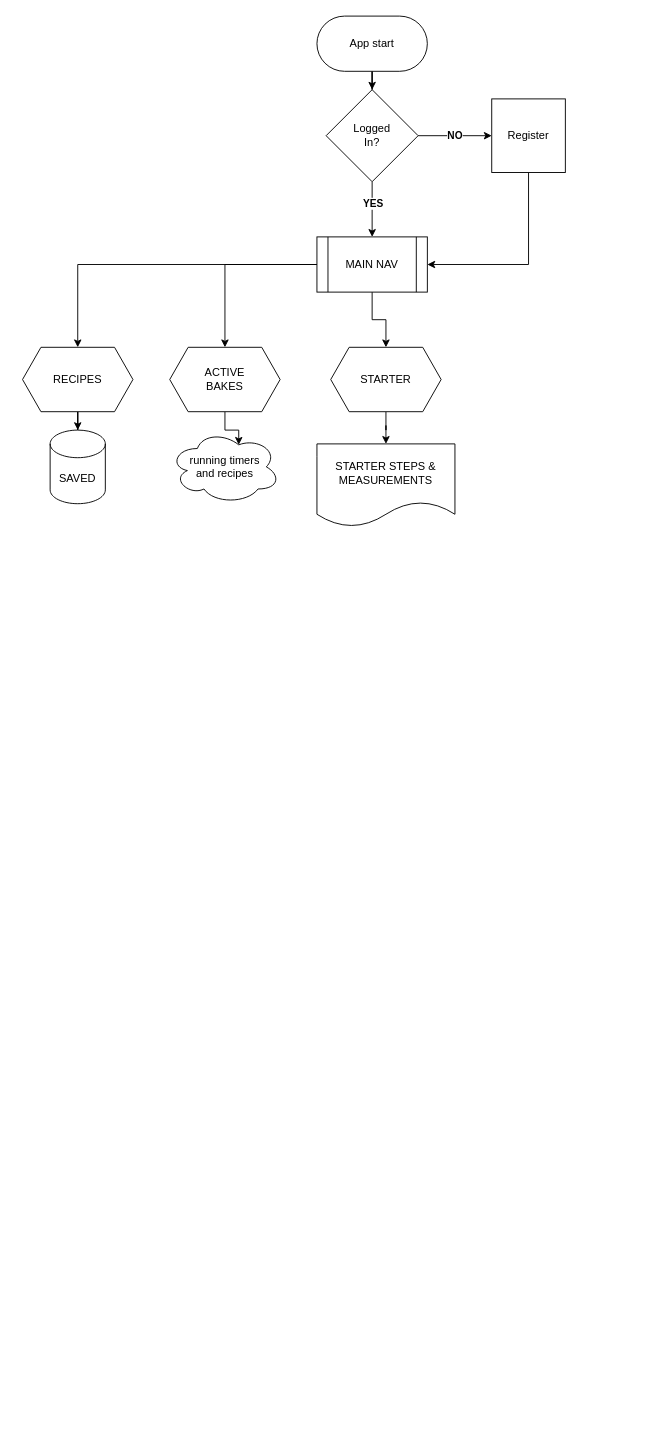
Earlier version of the draw.io diagram HalfBaked.drawio (KioaStudios/plugins). Source tidied: cells renumbered, new cells numbered last; positions are measured from the earlier drawing's top-left corner, leaving out a move shared by most shapes. Both pictures are drawn from the tidied source at 92%, with x=0, y=0 at pixel (22, 16).
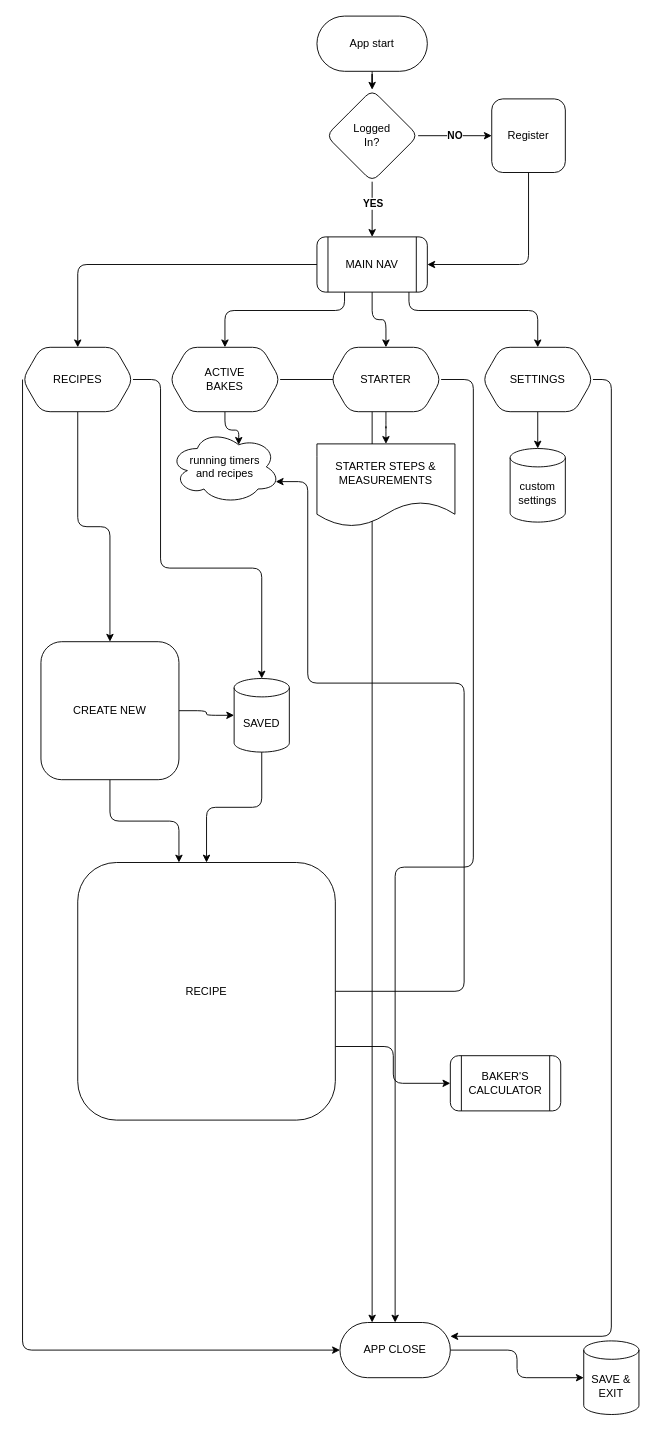
The same page after the edit.

The change refers to these unchanged cells:
```xml
<mxCell id="3" value="App start" style="rounded=1;whiteSpace=wrap;html=1;arcSize=50;" parent="1" vertex="1">
  <mxGeometry x="320" width="120" height="60" as="geometry" />
</mxCell>
```

What changed in the source:
```diff
@@
-    <mxCell id="2" style="edgeStyle=orthogonalEdgeStyle;rounded=0;jettySize=auto;html=1;exitX=0.5;exitY=1;exitDx=0;exitDy=0;" parent="1" edge="1" source="3" target="7">
+    <mxCell id="2" style="edgeStyle=orthogonalEdgeStyle;rounded=1;jettySize=auto;html=1;exitX=0.5;exitY=1;exitDx=0;exitDy=0;" parent="1" edge="1" source="3" target="7">
       <mxGeometry relative="1" as="geometry" />
     </mxCell>
@@
-    <mxCell id="4" value="&lt;b&gt;NO&lt;/b&gt;" style="edgeStyle=orthogonalEdgeStyle;rounded=0;jettySize=auto;html=1;exitX=1;exitY=0.5;exitDx=0;exitDy=0;" parent="1" edge="1" source="7" target="9">
+    <mxCell id="4" value="&lt;b&gt;NO&lt;/b&gt;" style="edgeStyle=orthogonalEdgeStyle;rounded=1;jettySize=auto;html=1;exitX=1;exitY=0.5;exitDx=0;exitDy=0;" parent="1" edge="1" source="7" target="9">
       <mxGeometry relative="1" as="geometry" />
     </mxCell>
-    <mxCell id="5" style="edgeStyle=orthogonalEdgeStyle;rounded=0;jettySize=auto;html=1;" parent="1" edge="1" source="7" target="15">
+    <mxCell id="5" style="edgeStyle=orthogonalEdgeStyle;rounded=1;jettySize=auto;html=1;" parent="1" edge="1" source="7" target="15">
       <mxGeometry relative="1" as="geometry" />
     </mxCell>
-    <mxCell id="6" value="&lt;b&gt;YES&lt;/b&gt;" style="edgeLabel;html=1;align=center;verticalAlign=middle;" parent="5" vertex="1">
+    <mxCell id="6" value="&lt;b&gt;YES&lt;/b&gt;" style="edgeLabel;html=1;align=center;verticalAlign=middle;rounded=1;" parent="5" vertex="1">
       <mxGeometry x="-0.23" relative="1" as="geometry" />
     </mxCell>
-    <mxCell id="7" value="Logged&lt;br&gt;In?" style="rhombus;whiteSpace=wrap;html=1;" parent="1" vertex="1">
+    <mxCell id="7" value="Logged&lt;br&gt;In?" style="rhombus;whiteSpace=wrap;html=1;rounded=1;" parent="1" vertex="1">
       <mxGeometry x="330" y="80" width="100" height="100" as="geometry" />
     </mxCell>
-    <mxCell id="8" style="edgeStyle=orthogonalEdgeStyle;rounded=0;jettySize=auto;html=1;entryX=1;entryY=0.5;entryDx=0;entryDy=0;" parent="1" edge="1" source="9" target="15">
+    <mxCell id="8" style="edgeStyle=orthogonalEdgeStyle;rounded=1;jettySize=auto;html=1;entryX=1;entryY=0.5;entryDx=0;entryDy=0;" parent="1" edge="1" source="9" target="15">
       <mxGeometry relative="1" as="geometry">
         <Array as="points">
           <mxPoint x="550" y="270" />
         </Array>
       </mxGeometry>
     </mxCell>
-    <mxCell id="9" value="Register" style="whiteSpace=wrap;html=1;" parent="1" vertex="1">
+    <mxCell id="9" value="Register" style="whiteSpace=wrap;html=1;rounded=1;" parent="1" vertex="1">
       <mxGeometry x="510" y="90" width="80" height="80" as="geometry" />
     </mxCell>
-    <mxCell id="10" style="edgeStyle=orthogonalEdgeStyle;rounded=0;jettySize=auto;html=1;" parent="1" edge="1" source="11" target="20">
-      <mxGeometry relative="1" as="geometry" />
+    <mxCell id="10" style="edgeStyle=orthogonalEdgeStyle;rounded=1;jettySize=auto;html=1;" parent="1" edge="1" source="11" target="20">
+      <mxGeometry relative="1" as="geometry">
+        <Array as="points">
+          <mxPoint x="150" y="395" />
+          <mxPoint x="150" y="600" />
+          <mxPoint x="260" y="600" />
+        </Array>
+      </mxGeometry>
     </mxCell>
+    <mxCell id="23" style="edgeStyle=orthogonalEdgeStyle;rounded=1;jettySize=auto;html=1;entryX=0.5;entryY=0;entryDx=0;entryDy=0;" parent="1" edge="1" source="11" target="31">
+      <mxGeometry relative="1" as="geometry" />
+    </mxCell>
+    <mxCell id="24" style="edgeStyle=orthogonalEdgeStyle;rounded=1;jettySize=auto;html=1;entryX=0;entryY=0.5;entryDx=0;entryDy=0;" parent="1" edge="1" source="11" target="36">
+      <mxGeometry relative="1" as="geometry">
+        <Array as="points">
+          <mxPoint y="1450" />
+        </Array>
+      </mxGeometry>
+    </mxCell>
-    <mxCell id="11" value="RECIPES" style="shape=hexagon;perimeter=hexagonPerimeter2;whiteSpace=wrap;html=1;fixedSize=1;size=20;rounded=0;shadow=0;" parent="1" vertex="1">
+    <mxCell id="11" value="RECIPES" style="shape=hexagon;perimeter=hexagonPerimeter2;whiteSpace=wrap;html=1;fixedSize=1;size=20;rounded=1;shadow=0;" parent="1" vertex="1">
       <mxGeometry y="360" width="120" height="70" as="geometry" />
     </mxCell>
-    <mxCell id="12" style="edgeStyle=orthogonalEdgeStyle;rounded=0;jettySize=auto;html=1;" parent="1" edge="1" source="15" target="17">
-      <mxGeometry relative="1" as="geometry" />
+    <mxCell id="12" style="edgeStyle=orthogonalEdgeStyle;rounded=1;jettySize=auto;html=1;" parent="1" edge="1" source="15" target="17">
+      <mxGeometry relative="1" as="geometry">
+        <Array as="points">
+          <mxPoint x="350" y="320" />
+          <mxPoint x="220" y="320" />
+        </Array>
+      </mxGeometry>
     </mxCell>
-    <mxCell id="13" style="edgeStyle=orthogonalEdgeStyle;rounded=0;jettySize=auto;html=1;entryX=0.5;entryY=0;entryDx=0;entryDy=0;" parent="1" edge="1" source="15" target="11">
+    <mxCell id="13" style="edgeStyle=orthogonalEdgeStyle;rounded=1;jettySize=auto;html=1;entryX=0.5;entryY=0;entryDx=0;entryDy=0;" parent="1" edge="1" source="15" target="11">
       <mxGeometry relative="1" as="geometry" />
     </mxCell>
-    <mxCell id="14" style="edgeStyle=orthogonalEdgeStyle;rounded=0;jettySize=auto;html=1;" parent="1" edge="1" source="15" target="19">
+    <mxCell id="14" style="edgeStyle=orthogonalEdgeStyle;rounded=1;jettySize=auto;html=1;" parent="1" edge="1" source="15" target="19">
       <mxGeometry relative="1" as="geometry" />
     </mxCell>
+    <mxCell id="25" style="edgeStyle=orthogonalEdgeStyle;rounded=1;jettySize=auto;html=1;" parent="1" edge="1" source="15" target="39">
+      <mxGeometry relative="1" as="geometry">
+        <Array as="points">
+          <mxPoint x="420" y="320" />
+          <mxPoint x="560" y="320" />
+        </Array>
+      </mxGeometry>
+    </mxCell>
-    <mxCell id="15" value="MAIN NAV" style="shape=process;whiteSpace=wrap;html=1;backgroundOutline=1;" parent="1" vertex="1">
+    <mxCell id="15" value="MAIN NAV" style="shape=process;whiteSpace=wrap;html=1;backgroundOutline=1;rounded=1;" parent="1" vertex="1">
       <mxGeometry x="320" y="240" width="120" height="60" as="geometry" />
     </mxCell>
-    <mxCell id="16" style="edgeStyle=orthogonalEdgeStyle;rounded=0;jettySize=auto;html=1;entryX=0.625;entryY=0.2;entryDx=0;entryDy=0;entryPerimeter=0;" parent="1" edge="1" source="17" target="21">
+    <mxCell id="16" style="edgeStyle=orthogonalEdgeStyle;rounded=1;jettySize=auto;html=1;entryX=0.625;entryY=0.2;entryDx=0;entryDy=0;entryPerimeter=0;" parent="1" edge="1" source="17" target="21">
       <mxGeometry relative="1" as="geometry" />
     </mxCell>
+    <mxCell id="26" style="edgeStyle=orthogonalEdgeStyle;rounded=1;jettySize=auto;html=1;" parent="1" edge="1" source="17" target="36">
+      <mxGeometry relative="1" as="geometry">
+        <Array as="points">
+          <mxPoint x="380" y="395" />
+        </Array>
+      </mxGeometry>
+    </mxCell>
-    <mxCell id="17" value="ACTIVE&lt;br&gt;BAKES" style="shape=hexagon;perimeter=hexagonPerimeter2;whiteSpace=wrap;html=1;fixedSize=1;" parent="1" vertex="1">
+    <mxCell id="17" value="ACTIVE&lt;br&gt;BAKES" style="shape=hexagon;perimeter=hexagonPerimeter2;whiteSpace=wrap;html=1;fixedSize=1;rounded=1;" parent="1" vertex="1">
       <mxGeometry x="160" y="360" width="120" height="70" as="geometry" />
     </mxCell>
-    <mxCell id="18" style="edgeStyle=orthogonalEdgeStyle;rounded=0;jettySize=auto;html=1;entryX=0.5;entryY=0;entryDx=0;entryDy=0;" parent="1" edge="1" source="19" target="22">
+    <mxCell id="18" style="edgeStyle=orthogonalEdgeStyle;rounded=1;jettySize=auto;html=1;entryX=0.5;entryY=0;entryDx=0;entryDy=0;" parent="1" edge="1" source="19" target="22">
       <mxGeometry relative="1" as="geometry" />
     </mxCell>
+    <mxCell id="27" style="edgeStyle=orthogonalEdgeStyle;rounded=1;jettySize=auto;html=1;" parent="1" edge="1" source="19" target="36">
+      <mxGeometry relative="1" as="geometry">
+        <Array as="points">
+          <mxPoint x="490" y="395" />
+          <mxPoint x="490" y="925" />
+          <mxPoint x="405" y="925" />
+        </Array>
+      </mxGeometry>
+    </mxCell>
-    <mxCell id="19" value="STARTER" style="shape=hexagon;perimeter=hexagonPerimeter2;whiteSpace=wrap;html=1;fixedSize=1;" parent="1" vertex="1">
+    <mxCell id="19" value="STARTER" style="shape=hexagon;perimeter=hexagonPerimeter2;whiteSpace=wrap;html=1;fixedSize=1;rounded=1;" parent="1" vertex="1">
       <mxGeometry x="335" y="360" width="120" height="70" as="geometry" />
     </mxCell>
+    <mxCell id="28" style="edgeStyle=orthogonalEdgeStyle;rounded=1;jettySize=auto;html=1;" parent="1" edge="1" source="20" target="34">
+      <mxGeometry relative="1" as="geometry" />
+    </mxCell>
-    <mxCell id="20" value="SAVED" style="shape=cylinder3;whiteSpace=wrap;html=1;boundedLbl=1;backgroundOutline=1;size=15;" parent="1" vertex="1">
-      <mxGeometry x="30" y="450" width="60" height="80" as="geometry" />
+    <mxCell id="20" value="SAVED" style="shape=cylinder3;whiteSpace=wrap;html=1;boundedLbl=1;backgroundOutline=1;size=10;rounded=1;" parent="1" vertex="1">
+      <mxGeometry x="230" y="720" width="60" height="80" as="geometry" />
     </mxCell>
-    <mxCell id="21" value="running timers&lt;br&gt;and recipes" style="ellipse;shape=cloud;whiteSpace=wrap;html=1;" parent="1" vertex="1">
+    <mxCell id="21" value="running timers&lt;br&gt;and recipes" style="ellipse;shape=cloud;whiteSpace=wrap;html=1;rounded=1;" parent="1" vertex="1">
       <mxGeometry x="160" y="450" width="120" height="80" as="geometry" />
     </mxCell>
-    <mxCell id="22" value="STARTER STEPS &amp;amp; MEASUREMENTS" style="shape=document;whiteSpace=wrap;html=1;boundedLbl=1;" parent="1" vertex="1">
+    <mxCell id="22" value="STARTER STEPS &amp;amp; MEASUREMENTS" style="shape=document;whiteSpace=wrap;html=1;boundedLbl=1;rounded=1;" parent="1" vertex="1">
       <mxGeometry x="320" y="465" width="150" height="90" as="geometry" />
     </mxCell>
+    <mxCell id="29" style="edgeStyle=orthogonalEdgeStyle;rounded=1;jettySize=auto;html=1;" parent="1" edge="1" source="31">
+      <mxGeometry relative="1" as="geometry">
+        <mxPoint x="170" y="920" as="targetPoint" />
+        <Array as="points">
+          <mxPoint x="95" y="875" />
+          <mxPoint x="170" y="875" />
+          <mxPoint x="170" y="920" />
+        </Array>
+      </mxGeometry>
+    </mxCell>
+    <mxCell id="30" style="edgeStyle=orthogonalEdgeStyle;rounded=1;jettySize=auto;html=1;exitX=1;exitY=0.5;exitDx=0;exitDy=0;" parent="1" edge="1" source="31" target="20">
+      <mxGeometry relative="1" as="geometry" />
+    </mxCell>
+    <mxCell id="31" value="CREATE NEW" style="whiteSpace=wrap;html=1;rounded=1;" parent="1" vertex="1">
+      <mxGeometry x="20" y="680" width="150" height="150" as="geometry" />
+    </mxCell>
+    <mxCell id="32" style="edgeStyle=orthogonalEdgeStyle;rounded=1;jettySize=auto;html=1;entryX=0.96;entryY=0.7;entryDx=0;entryDy=0;entryPerimeter=0;" parent="1" edge="1" source="34" target="21">
+      <mxGeometry relative="1" as="geometry">
+        <Array as="points">
+          <mxPoint x="480" y="1060" />
+          <mxPoint x="480" y="725" />
+          <mxPoint x="310" y="725" />
+          <mxPoint x="310" y="506" />
+        </Array>
+      </mxGeometry>
+    </mxCell>
+    <mxCell id="33" style="edgeStyle=orthogonalEdgeStyle;rounded=1;jettySize=auto;html=1;" parent="1" edge="1" source="34" target="41">
+      <mxGeometry relative="1" as="geometry">
+        <Array as="points">
+          <mxPoint x="403" y="1120" />
+          <mxPoint x="403" y="1160" />
+        </Array>
+      </mxGeometry>
+    </mxCell>
+    <mxCell id="34" value="RECIPE" style="whiteSpace=wrap;html=1;rounded=1;" parent="1" vertex="1">
+      <mxGeometry x="60" y="920" width="280" height="280" as="geometry" />
+    </mxCell>
+    <mxCell id="35" style="edgeStyle=orthogonalEdgeStyle;rounded=1;jettySize=auto;html=1;" parent="1" edge="1" source="36" target="42">
+      <mxGeometry relative="1" as="geometry" />
+    </mxCell>
+    <mxCell id="36" value="APP CLOSE" style="rounded=1;whiteSpace=wrap;html=1;arcSize=50;" parent="1" vertex="1">
+      <mxGeometry x="345" y="1420" width="120" height="60" as="geometry" />
+    </mxCell>
+    <mxCell id="37" style="edgeStyle=orthogonalEdgeStyle;rounded=1;jettySize=auto;html=1;" parent="1" edge="1" source="39" target="40">
+      <mxGeometry relative="1" as="geometry" />
+    </mxCell>
+    <mxCell id="38" style="edgeStyle=orthogonalEdgeStyle;rounded=1;jettySize=auto;html=1;" parent="1" edge="1" source="39" target="36">
+      <mxGeometry relative="1" as="geometry">
+        <Array as="points">
+          <mxPoint x="640" y="395" />
+          <mxPoint x="640" y="1435" />
+        </Array>
+      </mxGeometry>
+    </mxCell>
+    <mxCell id="39" value="SETTINGS" style="shape=hexagon;perimeter=hexagonPerimeter2;whiteSpace=wrap;html=1;fixedSize=1;rounded=1;" parent="1" vertex="1">
+      <mxGeometry x="500" y="360" width="120" height="70" as="geometry" />
+    </mxCell>
+    <mxCell id="40" value="custom settings" style="shape=cylinder3;whiteSpace=wrap;html=1;boundedLbl=1;backgroundOutline=1;size=10;rounded=1;" parent="1" vertex="1">
+      <mxGeometry x="530" y="470" width="60" height="80" as="geometry" />
+    </mxCell>
+    <mxCell id="41" value="BAKER'S CALCULATOR" style="shape=process;whiteSpace=wrap;html=1;backgroundOutline=1;rounded=1;" parent="1" vertex="1">
+      <mxGeometry x="465" y="1130" width="120" height="60" as="geometry" />
+    </mxCell>
+    <mxCell id="42" value="SAVE &amp;amp; EXIT" style="shape=cylinder3;whiteSpace=wrap;html=1;boundedLbl=1;backgroundOutline=1;size=10;rounded=1;" parent="1" vertex="1">
+      <mxGeometry x="610" y="1440" width="60" height="80" as="geometry" />
+    </mxCell>
```
